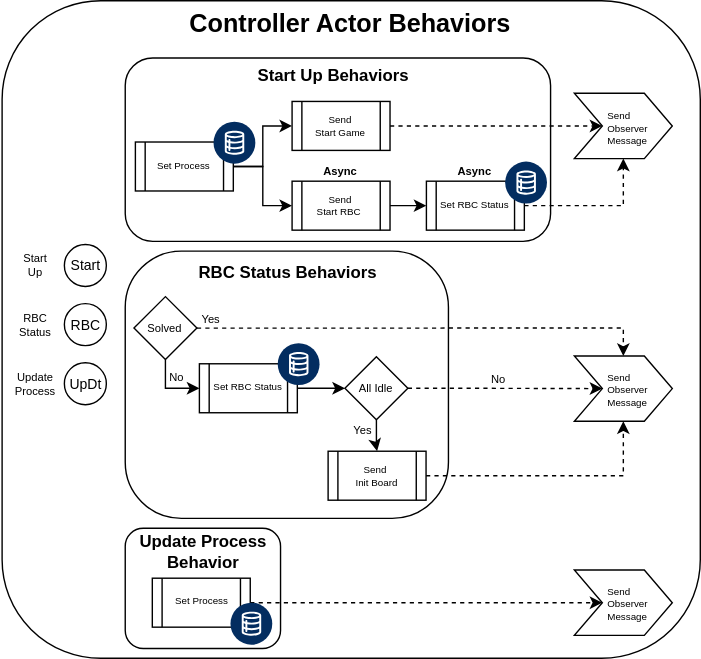
This is docs/ControllerActor.svg from sunlao/py_sudoku_solver, a draw.io export, as it was before one commit. Source tidied: cells renumbered, new cells last; positions are measured from the earlier drawing's top-left corner, leaving out a move shared by most shapes.
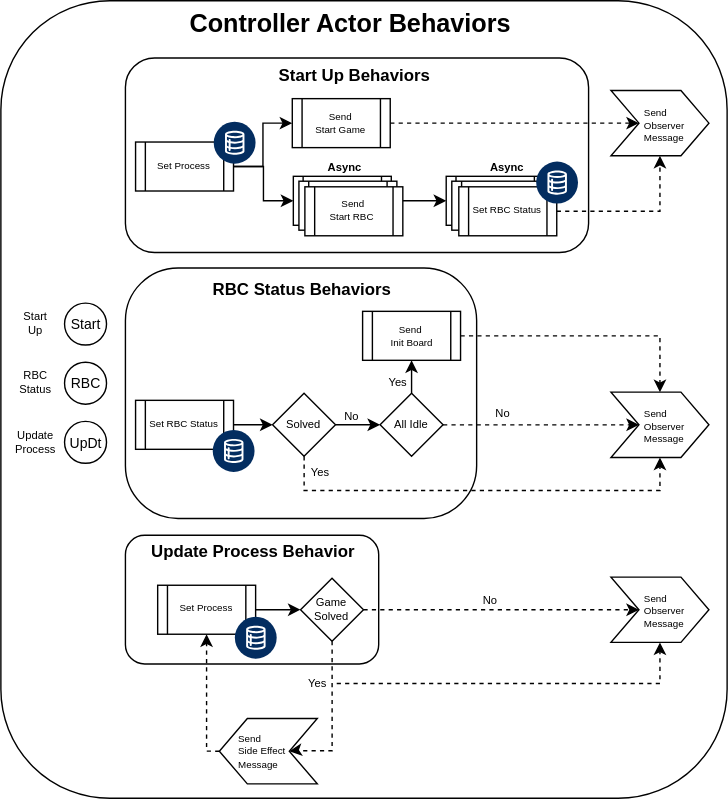
Above is the later version.

What changed in the source:
```diff
@@ -3,91 +3,79 @@
     <mxCell id="0" />
     <mxCell id="1" parent="0" />
     <mxCell id="2" style="rounded=1;whiteSpace=wrap;html=1;" parent="1" vertex="1">
-      <mxGeometry x="1" width="499" height="470" as="geometry" />
+      <mxGeometry width="519" height="570" as="geometry" />
     </mxCell>
     <mxCell id="3" style="rounded=1;whiteSpace=wrap;html=1;" parent="1" vertex="1">
-      <mxGeometry x="89" y="41" width="304" height="131" as="geometry" />
+      <mxGeometry x="89" y="41" width="331" height="139" as="geometry" />
     </mxCell>
     <mxCell id="4" value="UpDt" style="ellipse;whiteSpace=wrap;html=1;fontSize=10;" parent="1" vertex="1">
-      <mxGeometry x="45.5" y="258.8" width="30" height="30" as="geometry" />
+      <mxGeometry x="45.5" y="300.6" width="30" height="30" as="geometry" />
     </mxCell>
     <mxCell id="5" value="&lt;div&gt;Update&lt;/div&gt;&lt;div&gt;Process&lt;/div&gt;" style="text;html=1;whiteSpace=wrap;strokeColor=none;fillColor=none;align=center;verticalAlign=middle;rounded=0;fontSize=8;" parent="1" vertex="1">
-      <mxGeometry x="10" y="258.8" width="30" height="30" as="geometry" />
+      <mxGeometry x="10" y="300.6" width="30" height="30" as="geometry" />
     </mxCell>
-    <mxCell id="6" style="edgeStyle=orthogonalEdgeStyle;rounded=0;jettySize=auto;html=1;" parent="1" edge="1" source="7" target="9">
-      <mxGeometry relative="1" as="geometry" />
-    </mxCell>
-    <mxCell id="7" value="Send &lt;br&gt;Start RBC&amp;nbsp;" style="shape=process;whiteSpace=wrap;html=1;backgroundOutline=1;fontSize=7;" parent="1" vertex="1">
-      <mxGeometry x="208.2" y="129" width="70" height="35" as="geometry" />
-    </mxCell>
     <mxCell id="8" style="edgeStyle=orthogonalEdgeStyle;rounded=0;jettySize=auto;html=1;dashed=1;entryX=0.5;entryY=1;entryDx=0;entryDy=0;" parent="1" edge="1" source="9" target="49">
       <mxGeometry relative="1" as="geometry" />
     </mxCell>
-    <mxCell id="9" value="Set RBC Status" style="shape=process;whiteSpace=wrap;html=1;backgroundOutline=1;fontSize=7;" parent="1" vertex="1">
-      <mxGeometry x="304.2" y="129" width="70" height="35" as="geometry" />
-    </mxCell>
     <mxCell id="10" style="edgeStyle=orthogonalEdgeStyle;rounded=0;jettySize=auto;html=1;entryX=0;entryY=0.5;entryDx=0;entryDy=0;" parent="1" edge="1" source="12" target="41">
       <mxGeometry relative="1" as="geometry" />
     </mxCell>
-    <mxCell id="11" style="edgeStyle=orthogonalEdgeStyle;rounded=0;jettySize=auto;html=1;entryX=0;entryY=0.5;entryDx=0;entryDy=0;" parent="1" edge="1" source="12" target="7">
-      <mxGeometry relative="1" as="geometry" />
-    </mxCell>
+    <mxCell id="51" style="edgeStyle=orthogonalEdgeStyle;rounded=0;jettySize=auto;html=1;entryX=0;entryY=0.5;entryDx=0;entryDy=0;" parent="1" edge="1" source="12" target="56">
+      <mxGeometry relative="1" as="geometry" />
+    </mxCell>
     <mxCell id="12" value="Set Process" style="shape=process;whiteSpace=wrap;html=1;backgroundOutline=1;fontSize=7;" parent="1" vertex="1">
       <mxGeometry x="96.2" y="101" width="70" height="35" as="geometry" />
     </mxCell>
     <mxCell id="13" style="verticalLabelPosition=bottom;html=1;shape=mxgraph.salesforce.data2;fillColorStyles=fillColor2,fillColor3;fillColor2=#032d60;fillColor3=#ffffff;fillColor=none;strokeColor=none;" parent="1" vertex="1">
       <mxGeometry x="152.1" y="86.5" width="30" height="30" as="geometry" />
     </mxCell>
-    <mxCell id="14" style="verticalLabelPosition=bottom;html=1;shape=mxgraph.salesforce.data2;fillColorStyles=fillColor2,fillColor3;fillColor2=#032d60;fillColor3=#ffffff;fillColor=none;strokeColor=none;" parent="1" vertex="1">
-      <mxGeometry x="360.5" y="115" width="30" height="30" as="geometry" />
-    </mxCell>
     <mxCell id="15" value="Start Up Behaviors" style="text;html=1;whiteSpace=wrap;strokeColor=none;fillColor=none;align=center;verticalAlign=middle;rounded=0;fontStyle=1;" parent="1" vertex="1">
-      <mxGeometry x="85.8" y="39" width="304.2" height="30" as="geometry" />
+      <mxGeometry x="85.8" y="39" width="334.2" height="30" as="geometry" />
     </mxCell>
     <mxCell id="16" style="rounded=1;whiteSpace=wrap;html=1;arcSize=21;" parent="1" vertex="1">
-      <mxGeometry x="89" y="179" width="231" height="191" as="geometry" />
+      <mxGeometry x="89" y="191" width="251" height="179" as="geometry" />
     </mxCell>
     <mxCell id="17" value="RBC Status Behaviors" style="text;html=1;whiteSpace=wrap;strokeColor=none;fillColor=none;align=center;verticalAlign=middle;rounded=0;fontStyle=1;" parent="1" vertex="1">
-      <mxGeometry x="91" y="180" width="229" height="30" as="geometry" />
+      <mxGeometry x="91" y="192" width="249" height="30" as="geometry" />
     </mxCell>
+    <mxCell id="19" style="edgeStyle=orthogonalEdgeStyle;rounded=0;jettySize=auto;html=1;entryX=0;entryY=0.5;entryDx=0;entryDy=0;dashed=1;" parent="1" edge="1" source="20" target="48">
+      <mxGeometry relative="1" as="geometry" />
+    </mxCell>
-    <mxCell id="18" style="edgeStyle=orthogonalEdgeStyle;rounded=0;jettySize=auto;html=1;entryX=0.5;entryY=0;entryDx=0;entryDy=0;" parent="1" edge="1" source="20" target="27">
+    <mxCell id="18" style="edgeStyle=orthogonalEdgeStyle;rounded=0;jettySize=auto;html=1;entryX=0.5;entryY=1;entryDx=0;entryDy=0;" parent="1" edge="1" source="20" target="27">
       <mxGeometry relative="1" as="geometry" />
     </mxCell>
-    <mxCell id="19" style="edgeStyle=orthogonalEdgeStyle;rounded=0;jettySize=auto;html=1;entryX=0;entryY=0.5;entryDx=0;entryDy=0;dashed=1;" parent="1" edge="1" source="20" target="48">
-      <mxGeometry relative="1" as="geometry" />
-    </mxCell>
     <mxCell id="20" value="All Idle" style="rhombus;whiteSpace=wrap;html=1;fontSize=8;" parent="1" vertex="1">
-      <mxGeometry x="246" y="254.5" width="45" height="45" as="geometry" />
+      <mxGeometry x="271" y="280.6" width="45" height="45" as="geometry" />
     </mxCell>
     <mxCell id="21" value="Yes" style="text;html=1;whiteSpace=wrap;strokeColor=none;fillColor=none;align=center;verticalAlign=middle;rounded=0;fontSize=8;" parent="1" vertex="1">
-      <mxGeometry x="249" y="300.5" width="20" height="12.5" as="geometry" />
+      <mxGeometry x="274.1" y="267.1" width="20" height="12.5" as="geometry" />
     </mxCell>
-    <mxCell id="22" style="edgeStyle=orthogonalEdgeStyle;rounded=0;jettySize=auto;html=1;" parent="1" edge="1" source="23" target="20">
-      <mxGeometry relative="1" as="geometry" />
-    </mxCell>
+    <mxCell id="52" style="edgeStyle=orthogonalEdgeStyle;rounded=0;jettySize=auto;html=1;entryX=0;entryY=0.5;entryDx=0;entryDy=0;" parent="1" edge="1" source="23" target="35">
+      <mxGeometry relative="1" as="geometry" />
+    </mxCell>
     <mxCell id="23" value="Set RBC Status" style="shape=process;whiteSpace=wrap;html=1;backgroundOutline=1;fontSize=7;" parent="1" vertex="1">
-      <mxGeometry x="142" y="259.5" width="70" height="35" as="geometry" />
+      <mxGeometry x="96.2" y="285.6" width="70" height="35" as="geometry" />
     </mxCell>
     <mxCell id="24" style="verticalLabelPosition=bottom;html=1;shape=mxgraph.salesforce.data2;fillColorStyles=fillColor2,fillColor3;fillColor2=#032d60;fillColor3=#ffffff;fillColor=none;strokeColor=none;" parent="1" vertex="1">
-      <mxGeometry x="197.9" y="244.8" width="30" height="30" as="geometry" />
+      <mxGeometry x="151.4" y="306.8" width="30" height="30" as="geometry" />
     </mxCell>
     <mxCell id="25" value="No" style="text;html=1;whiteSpace=wrap;strokeColor=none;fillColor=none;align=center;verticalAlign=middle;rounded=0;fontSize=8;" parent="1" vertex="1">
-      <mxGeometry x="346" y="264.5" width="20" height="12.5" as="geometry" />
+      <mxGeometry x="349.2" y="288.2" width="20" height="12.5" as="geometry" />
     </mxCell>
-    <mxCell id="26" style="edgeStyle=orthogonalEdgeStyle;rounded=0;jettySize=auto;html=1;entryX=0.5;entryY=1;entryDx=0;entryDy=0;dashed=1;" parent="1" edge="1" source="27" target="48">
+    <mxCell id="26" style="edgeStyle=orthogonalEdgeStyle;rounded=0;jettySize=auto;html=1;entryX=0.5;entryY=0;entryDx=0;entryDy=0;dashed=1;" parent="1" edge="1" source="27" target="48">
       <mxGeometry relative="1" as="geometry" />
     </mxCell>
     <mxCell id="27" value="Send&amp;nbsp;&lt;div&gt;Init Board&lt;/div&gt;" style="shape=process;whiteSpace=wrap;html=1;backgroundOutline=1;fontSize=7;" parent="1" vertex="1">
-      <mxGeometry x="234" y="322" width="70" height="35" as="geometry" />
+      <mxGeometry x="258.5" y="222" width="70" height="35" as="geometry" />
     </mxCell>
     <mxCell id="28" value="RBC" style="ellipse;whiteSpace=wrap;html=1;fontSize=10;" parent="1" vertex="1">
-      <mxGeometry x="45.5" y="216.5" width="30" height="30" as="geometry" />
+      <mxGeometry x="45.5" y="258.4" width="30" height="30" as="geometry" />
     </mxCell>
     <mxCell id="29" value="RBC Status" style="text;html=1;whiteSpace=wrap;strokeColor=none;fillColor=none;align=center;verticalAlign=middle;rounded=0;fontSize=8;" parent="1" vertex="1">
-      <mxGeometry x="10" y="216.5" width="30" height="30" as="geometry" />
+      <mxGeometry x="10" y="258.4" width="30" height="30" as="geometry" />
     </mxCell>
     <mxCell id="30" value="Async" style="text;html=1;whiteSpace=wrap;strokeColor=none;fillColor=none;align=center;verticalAlign=middle;rounded=0;fontSize=8;fontStyle=1;" parent="1" vertex="1">
-      <mxGeometry x="233.2" y="115.5" width="20" height="12.5" as="geometry" />
+      <mxGeometry x="236.2" y="113" width="20" height="12.5" as="geometry" />
     </mxCell>
     <mxCell id="31" value="Controller Actor Behaviors" style="text;html=1;whiteSpace=wrap;strokeColor=none;fillColor=none;align=center;verticalAlign=middle;rounded=0;fontStyle=1;fontSize=18;" parent="1" vertex="1">
       <mxGeometry y="3" width="500" height="27" as="geometry" />
@@ -97,64 +85,126 @@
         <mxPoint x="544.2" y="242.5" as="sourcePoint" />
       </mxGeometry>
     </mxCell>
+    <mxCell id="53" style="edgeStyle=orthogonalEdgeStyle;rounded=0;jettySize=auto;html=1;entryX=0;entryY=0.5;entryDx=0;entryDy=0;" parent="1" edge="1" source="35" target="20">
+      <mxGeometry relative="1" as="geometry" />
+    </mxCell>
-    <mxCell id="33" style="edgeStyle=orthogonalEdgeStyle;rounded=0;jettySize=auto;html=1;entryX=0.5;entryY=0;entryDx=0;entryDy=0;dashed=1;" parent="1" edge="1" source="35" target="48">
-      <mxGeometry relative="1" as="geometry" />
+    <mxCell id="33" style="edgeStyle=orthogonalEdgeStyle;rounded=0;jettySize=auto;html=1;dashed=1;entryX=0.5;entryY=1;entryDx=0;entryDy=0;" parent="1" edge="1" source="35" target="48">
+      <mxGeometry relative="1" as="geometry">
+        <Array as="points">
+          <mxPoint x="217" y="350" />
+          <mxPoint x="471" y="350" />
+        </Array>
+      </mxGeometry>
     </mxCell>
-    <mxCell id="34" style="edgeStyle=orthogonalEdgeStyle;rounded=0;jettySize=auto;html=1;entryX=0;entryY=0.5;entryDx=0;entryDy=0;" parent="1" edge="1" source="35" target="23">
-      <mxGeometry relative="1" as="geometry">
-        <Array as="points">
-          <mxPoint x="117.5" y="277" />
-          <mxPoint x="117.5" y="301" />
-        </Array>
-      </mxGeometry>
-    </mxCell>
     <mxCell id="35" value="Solved" style="rhombus;whiteSpace=wrap;html=1;fontSize=8;" parent="1" vertex="1">
-      <mxGeometry x="95.2" y="211.5" width="45" height="45" as="geometry" />
+      <mxGeometry x="194.2" y="280.6" width="45" height="45" as="geometry" />
     </mxCell>
     <mxCell id="36" value="Yes" style="text;html=1;whiteSpace=wrap;strokeColor=none;fillColor=none;align=center;verticalAlign=middle;rounded=0;fontSize=8;" parent="1" vertex="1">
-      <mxGeometry x="138.1" y="223" width="24.9" height="10" as="geometry" />
+      <mxGeometry x="216.2" y="331.8" width="24.9" height="10" as="geometry" />
     </mxCell>
     <mxCell id="37" value="No" style="text;html=1;whiteSpace=wrap;strokeColor=none;fillColor=none;align=center;verticalAlign=middle;rounded=0;fontSize=8;" parent="1" vertex="1">
-      <mxGeometry x="115.5" y="263" width="20" height="12.5" as="geometry" />
+      <mxGeometry x="241.1" y="290.8" width="20" height="12.5" as="geometry" />
     </mxCell>
     <mxCell id="38" style="rounded=1;whiteSpace=wrap;html=1;" parent="1" vertex="1">
-      <mxGeometry x="89" y="377" width="111" height="86" as="geometry" />
+      <mxGeometry x="89" y="382" width="181" height="92" as="geometry" />
     </mxCell>
     <mxCell id="39" value="Update Process Behavior" style="text;html=1;whiteSpace=wrap;strokeColor=none;fillColor=none;align=center;verticalAlign=middle;rounded=0;fontStyle=1;" parent="1" vertex="1">
-      <mxGeometry x="91" y="379" width="108" height="30" as="geometry" />
+      <mxGeometry x="91" y="379" width="179" height="30" as="geometry" />
     </mxCell>
     <mxCell id="40" style="edgeStyle=orthogonalEdgeStyle;rounded=0;jettySize=auto;html=1;entryX=0;entryY=0.5;entryDx=0;entryDy=0;dashed=1;" parent="1" edge="1" source="41" target="49">
       <mxGeometry relative="1" as="geometry" />
     </mxCell>
     <mxCell id="41" value="Send &lt;br&gt;Start Game" style="shape=process;whiteSpace=wrap;html=1;backgroundOutline=1;fontSize=7;" parent="1" vertex="1">
-      <mxGeometry x="208.2" y="72" width="70" height="35" as="geometry" />
+      <mxGeometry x="208.2" y="70" width="70" height="35" as="geometry" />
     </mxCell>
-    <mxCell id="42" style="edgeStyle=orthogonalEdgeStyle;rounded=0;jettySize=auto;html=1;entryX=0;entryY=0.5;entryDx=0;entryDy=0;dashed=1;" parent="1" edge="1" source="43" target="47">
-      <mxGeometry relative="1" as="geometry" />
-    </mxCell>
+    <mxCell id="54" style="edgeStyle=orthogonalEdgeStyle;rounded=0;jettySize=auto;html=1;entryX=0;entryY=0.5;entryDx=0;entryDy=0;" parent="1" edge="1" source="43" target="62">
+      <mxGeometry relative="1" as="geometry" />
+    </mxCell>
     <mxCell id="43" value="Set Process" style="shape=process;whiteSpace=wrap;html=1;backgroundOutline=1;fontSize=7;" parent="1" vertex="1">
-      <mxGeometry x="108.3" y="412.8" width="70" height="35" as="geometry" />
+      <mxGeometry x="112" y="417.8" width="70" height="35" as="geometry" />
     </mxCell>
     <mxCell id="44" style="verticalLabelPosition=bottom;html=1;shape=mxgraph.salesforce.data2;fillColorStyles=fillColor2,fillColor3;fillColor2=#032d60;fillColor3=#ffffff;fillColor=none;strokeColor=none;" parent="1" vertex="1">
-      <mxGeometry x="164.2" y="430.2" width="30" height="30" as="geometry" />
+      <mxGeometry x="167.2" y="440.2" width="30" height="30" as="geometry" />
     </mxCell>
     <mxCell id="45" value="Start" style="ellipse;whiteSpace=wrap;html=1;fontSize=10;" parent="1" vertex="1">
-      <mxGeometry x="45.5" y="174.2" width="30" height="30" as="geometry" />
+      <mxGeometry x="45.5" y="216.1" width="30" height="30" as="geometry" />
     </mxCell>
     <mxCell id="46" value="&lt;div&gt;Start&lt;/div&gt;&lt;div&gt;Up&lt;/div&gt;" style="text;html=1;whiteSpace=wrap;strokeColor=none;fillColor=none;align=center;verticalAlign=middle;rounded=0;fontSize=8;" parent="1" vertex="1">
-      <mxGeometry x="10" y="174.2" width="30" height="30" as="geometry" />
+      <mxGeometry x="10" y="216.1" width="30" height="30" as="geometry" />
     </mxCell>
     <mxCell id="47" value="&lt;div style=&quot;line-height: 70%; padding-left: 22px;&quot;&gt;&lt;font style=&quot;font-size: 7px; line-height: 70%;&quot;&gt;Send&amp;nbsp;&lt;/font&gt;&lt;div&gt;&lt;font style=&quot;font-size: 7px; line-height: 70%;&quot;&gt;Observer&lt;/font&gt;&lt;/div&gt;&lt;div&gt;&lt;font style=&quot;font-size: 7px; line-height: 70%;&quot;&gt;Message&lt;/font&gt;&lt;/div&gt;&lt;/div&gt;" style="shape=step;perimeter=stepPerimeter;whiteSpace=wrap;html=1;fixedSize=1;align=left;" parent="1" vertex="1">
-      <mxGeometry x="410" y="406.9" width="70" height="46.7" as="geometry" />
+      <mxGeometry x="436" y="411.9" width="70" height="46.7" as="geometry" />
     </mxCell>
     <mxCell id="48" value="&lt;div style=&quot;line-height: 70%; padding-left: 22px;&quot;&gt;&lt;font style=&quot;font-size: 7px; line-height: 70%;&quot;&gt;Send&amp;nbsp;&lt;/font&gt;&lt;div&gt;&lt;font style=&quot;font-size: 7px; line-height: 70%;&quot;&gt;Observer&lt;/font&gt;&lt;/div&gt;&lt;div&gt;&lt;font style=&quot;font-size: 7px; line-height: 70%;&quot;&gt;Message&lt;/font&gt;&lt;/div&gt;&lt;/div&gt;" style="shape=step;perimeter=stepPerimeter;whiteSpace=wrap;html=1;fixedSize=1;align=left;" parent="1" vertex="1">
-      <mxGeometry x="410" y="253.9" width="70" height="46.7" as="geometry" />
+      <mxGeometry x="436" y="279.8" width="70" height="46.7" as="geometry" />
     </mxCell>
     <mxCell id="49" value="&lt;div style=&quot;line-height: 70%; padding-left: 22px;&quot;&gt;&lt;font style=&quot;font-size: 7px; line-height: 70%;&quot;&gt;Send&amp;nbsp;&lt;/font&gt;&lt;div&gt;&lt;font style=&quot;font-size: 7px; line-height: 70%;&quot;&gt;Observer&lt;/font&gt;&lt;/div&gt;&lt;div&gt;&lt;font style=&quot;font-size: 7px; line-height: 70%;&quot;&gt;Message&lt;/font&gt;&lt;/div&gt;&lt;/div&gt;" style="shape=step;perimeter=stepPerimeter;whiteSpace=wrap;html=1;fixedSize=1;align=left;" parent="1" vertex="1">
-      <mxGeometry x="410" y="66.2" width="70" height="46.7" as="geometry" />
+      <mxGeometry x="436" y="64.2" width="70" height="46.7" as="geometry" />
     </mxCell>
     <mxCell id="50" value="Async" style="text;html=1;whiteSpace=wrap;strokeColor=none;fillColor=none;align=center;verticalAlign=middle;rounded=0;fontSize=8;fontStyle=1;" parent="1" vertex="1">
-      <mxGeometry x="329.2" y="115.5" width="20" height="12.5" as="geometry" />
+      <mxGeometry x="352.2" y="113" width="20" height="12.5" as="geometry" />
     </mxCell>
+    <mxCell id="55" style="edgeStyle=orthogonalEdgeStyle;rounded=0;jettySize=auto;html=1;entryX=0;entryY=0.5;entryDx=0;entryDy=0;" parent="1" edge="1" source="56" target="58">
+      <mxGeometry relative="1" as="geometry" />
+    </mxCell>
+    <mxCell id="56" style="shape=process;whiteSpace=wrap;html=1;backgroundOutline=1;fontSize=7;" parent="1" vertex="1">
+      <mxGeometry x="209" y="125.5" width="70" height="35" as="geometry" />
+    </mxCell>
+    <mxCell id="57" style="shape=process;whiteSpace=wrap;html=1;backgroundOutline=1;fontSize=7;" parent="1" vertex="1">
+      <mxGeometry x="213" y="129" width="70" height="35" as="geometry" />
+    </mxCell>
+    <mxCell id="7" value="Send &lt;br&gt;Start RBC&amp;nbsp;" style="shape=process;whiteSpace=wrap;html=1;backgroundOutline=1;fontSize=7;" parent="1" vertex="1">
+      <mxGeometry x="217.2" y="133" width="70" height="35" as="geometry" />
+    </mxCell>
+    <mxCell id="58" style="shape=process;whiteSpace=wrap;html=1;backgroundOutline=1;fontSize=7;" parent="1" vertex="1">
+      <mxGeometry x="318.2" y="125.5" width="70" height="35" as="geometry" />
+    </mxCell>
+    <mxCell id="59" style="shape=process;whiteSpace=wrap;html=1;backgroundOutline=1;fontSize=7;" parent="1" vertex="1">
+      <mxGeometry x="322.2" y="129" width="70" height="35" as="geometry" />
+    </mxCell>
+    <mxCell id="9" value="Set RBC Status" style="shape=process;whiteSpace=wrap;html=1;backgroundOutline=1;fontSize=7;" parent="1" vertex="1">
+      <mxGeometry x="327.2" y="133" width="70" height="35" as="geometry" />
+    </mxCell>
+    <mxCell id="14" style="verticalLabelPosition=bottom;html=1;shape=mxgraph.salesforce.data2;fillColorStyles=fillColor2,fillColor3;fillColor2=#032d60;fillColor3=#ffffff;fillColor=none;strokeColor=none;" parent="1" vertex="1">
+      <mxGeometry x="382.5" y="115" width="30" height="30" as="geometry" />
+    </mxCell>
+    <mxCell id="60" style="edgeStyle=orthogonalEdgeStyle;rounded=0;jettySize=auto;html=1;dashed=1;" parent="1" edge="1" source="62" target="47">
+      <mxGeometry relative="1" as="geometry" />
+    </mxCell>
+    <mxCell id="61" style="edgeStyle=orthogonalEdgeStyle;rounded=0;jettySize=auto;html=1;entryX=0;entryY=0.5;entryDx=0;entryDy=0;dashed=1;" parent="1" edge="1" source="62" target="67">
+      <mxGeometry relative="1" as="geometry">
+        <Array as="points">
+          <mxPoint x="237" y="536" />
+          <mxPoint x="209" y="536" />
+        </Array>
+      </mxGeometry>
+    </mxCell>
+    <mxCell id="62" value="Game Solved" style="rhombus;whiteSpace=wrap;html=1;fontSize=8;" parent="1" vertex="1">
+      <mxGeometry x="214.2" y="412.8" width="45" height="45" as="geometry" />
+    </mxCell>
+    <mxCell id="63" value="Yes" style="text;html=1;whiteSpace=wrap;strokeColor=none;fillColor=none;align=center;verticalAlign=middle;rounded=0;fontSize=8;" parent="1" vertex="1">
+      <mxGeometry x="214.2" y="483" width="24.9" height="10" as="geometry" />
+    </mxCell>
+    <mxCell id="64" value="No" style="text;html=1;whiteSpace=wrap;strokeColor=none;fillColor=none;align=center;verticalAlign=middle;rounded=0;fontSize=8;" parent="1" vertex="1">
+      <mxGeometry x="340" y="422.8" width="20" height="12.5" as="geometry" />
+    </mxCell>
+    <mxCell id="65" style="edgeStyle=orthogonalEdgeStyle;rounded=0;jettySize=auto;html=1;entryX=0.5;entryY=1;entryDx=0;entryDy=0;dashed=1;" parent="1" edge="1" target="47">
+      <mxGeometry relative="1" as="geometry">
+        <mxPoint x="240" y="488" as="sourcePoint" />
+        <Array as="points">
+          <mxPoint x="471" y="488" />
+        </Array>
+      </mxGeometry>
+    </mxCell>
+    <mxCell id="66" style="edgeStyle=orthogonalEdgeStyle;rounded=0;jettySize=auto;html=1;dashed=1;exitX=1;exitY=0.5;exitDx=0;exitDy=0;" parent="1" edge="1" source="67" target="43">
+      <mxGeometry relative="1" as="geometry">
+        <Array as="points">
+          <mxPoint x="147" y="536" />
+        </Array>
+      </mxGeometry>
+    </mxCell>
+    <mxCell id="67" value="&lt;div style=&quot;line-height: 70%; padding-left: 24px;&quot;&gt;&lt;font style=&quot;font-size: 7px; line-height: 70%;&quot;&gt;Send&amp;nbsp;&lt;/font&gt;&lt;div&gt;&lt;span style=&quot;font-size: 7px; background-color: transparent; color: light-dark(rgb(0, 0, 0), rgb(255, 255, 255));&quot;&gt;Side Effect&lt;/span&gt;&lt;/div&gt;&lt;div&gt;&lt;span style=&quot;font-size: 7px; background-color: transparent; color: light-dark(rgb(0, 0, 0), rgb(255, 255, 255));&quot;&gt;Message&lt;/span&gt;&lt;/div&gt;&lt;/div&gt;" style="shape=step;perimeter=stepPerimeter;whiteSpace=wrap;html=1;fixedSize=1;align=left;rotation=0;flipH=1;legacyAnchorPoints=0;spacingRight=3;spacing=-10;" parent="1" vertex="1">
+      <mxGeometry x="156.1" y="513" width="70" height="46.7" as="geometry" />
+    </mxCell>
   </root>
 </mxGraphModel>
```
